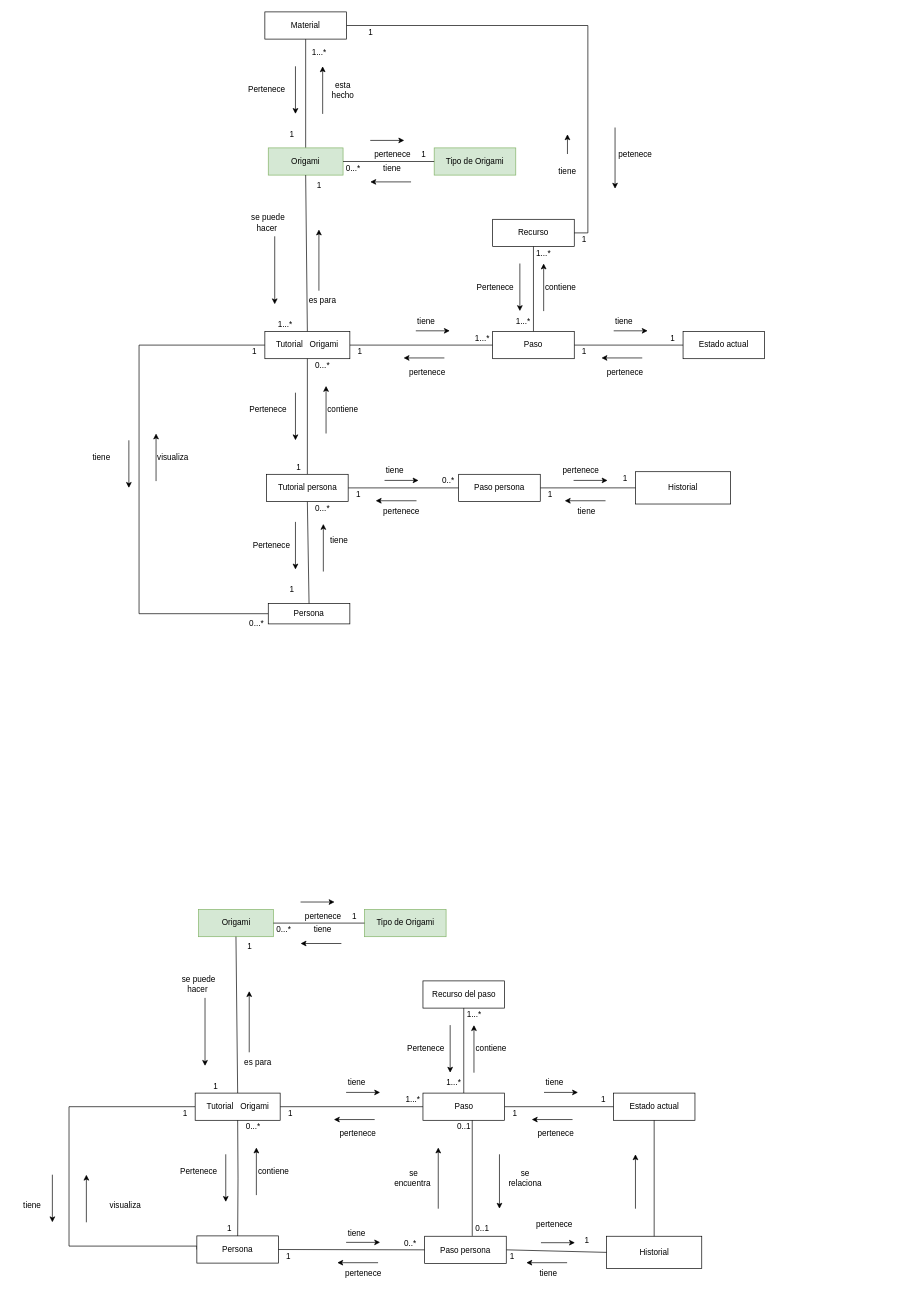
Earlier version of the draw.io diagram ModeloDeDominio3D.drawio (andrescastillo1996/documentacionMundoOrigami). Source tidied: cells renumbered, new cells numbered last; positions are measured from the earlier drawing's top-left corner, leaving out a move shared by most shapes. Both pictures are drawn from the tidied source at 68%, with x=0, y=0 at pixel (11, 12).
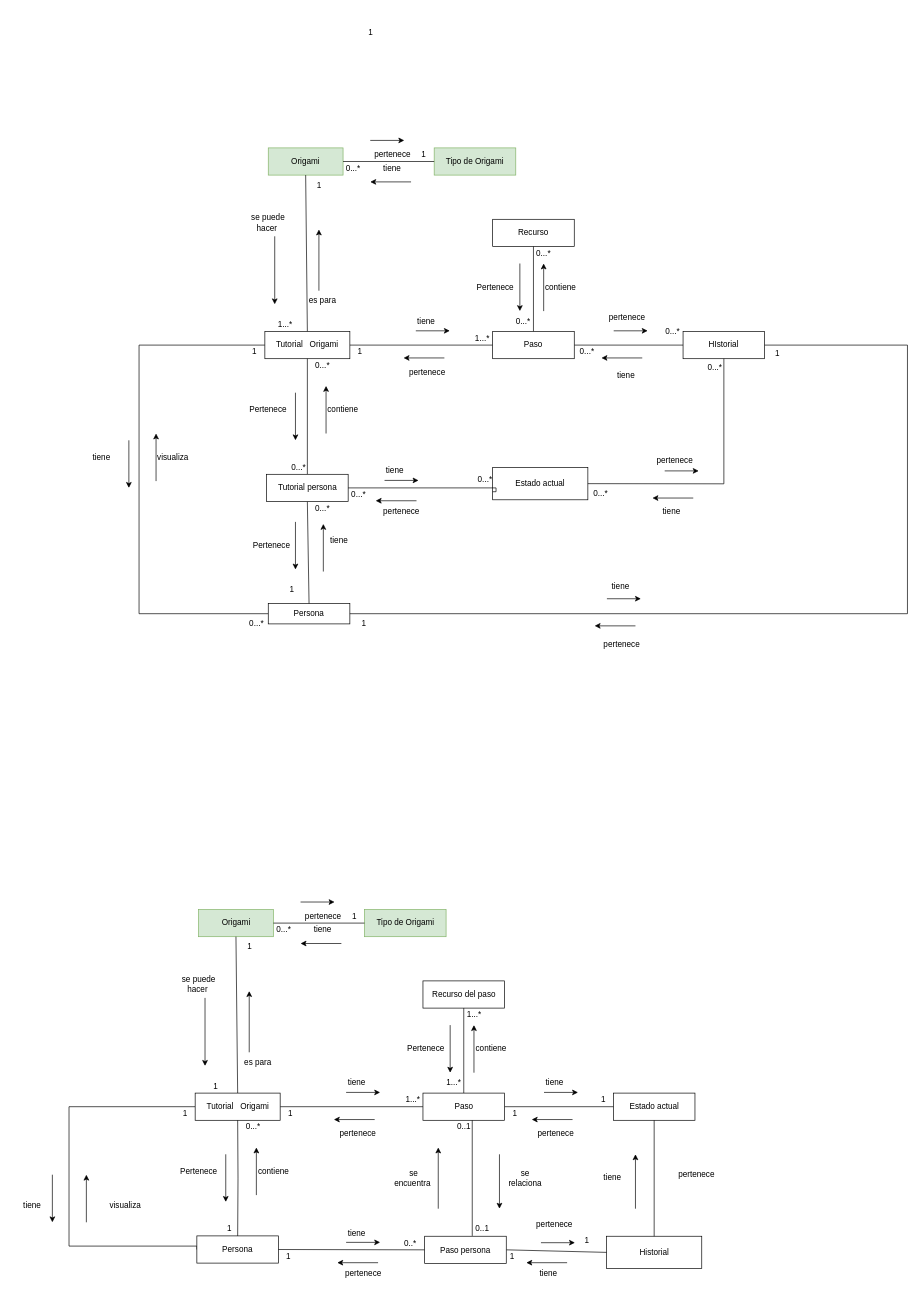
After the change.

The change refers to these unchanged cells:
```xml
<mxCell id="4" value="Origami" style="rounded=0;whiteSpace=wrap;html=1;fillColor=#d5e8d4;strokeColor=#82b366;" parent="1" vertex="1">
  <mxGeometry x="378" y="200" width="110" height="40" as="geometry" />
</mxCell>
<mxCell id="8" value="Persona" style="rounded=0;whiteSpace=wrap;html=1;" parent="1" vertex="1">
  <mxGeometry x="378" y="870" width="120" height="30" as="geometry" />
</mxCell>
<mxCell id="31" value="Recurso" style="rounded=0;whiteSpace=wrap;html=1;" parent="1" vertex="1">
  <mxGeometry x="708" y="305" width="120" height="40" as="geometry" />
</mxCell>
<mxCell id="37" value="Tutorial persona" style="rounded=0;whiteSpace=wrap;html=1;" parent="1" vertex="1">
  <mxGeometry x="375.5" y="680" width="120" height="40" as="geometry" />
</mxCell>
```

Diff of the diagram source:
```diff
@@
-    <mxCell id="3" style="edgeStyle=orthogonalEdgeStyle;rounded=0;jettySize=auto;html=1;exitX=0.5;exitY=0;exitDx=0;exitDy=0;entryX=0.5;entryY=1;entryDx=0;entryDy=0;endArrow=none;endFill=0;" parent="1" edge="1" source="4" target="53">
-      <mxGeometry relative="1" as="geometry" />
-    </mxCell>
@@
-    <mxCell id="5" value="Historial" style="rounded=0;whiteSpace=wrap;html=1;" parent="1" vertex="1">
-      <mxGeometry x="918" y="676.2" width="140" height="47.5" as="geometry" />
+    <mxCell id="5" value="Estado actual" style="rounded=0;whiteSpace=wrap;html=1;" parent="1" vertex="1">
+      <mxGeometry x="708" y="670" width="140" height="47.5" as="geometry" />
     </mxCell>
@@
-    <mxCell id="25" style="endArrow=none;html=1;rounded=0;exitX=1;exitY=0.5;exitDx=0;exitDy=0;entryX=0;entryY=0.5;entryDx=0;entryDy=0;" parent="1" edge="1" source="45" target="5">
-      <mxGeometry relative="1" as="geometry" />
-    </mxCell>
@@
-    <mxCell id="30" value="Estado actual" style="rounded=0;whiteSpace=wrap;html=1;" parent="1" vertex="1">
+    <mxCell id="30" value="HIstorial" style="rounded=0;whiteSpace=wrap;html=1;" parent="1" vertex="1">
       <mxGeometry x="988" y="470" width="120" height="40" as="geometry" />
     </mxCell>
@@
-    <mxCell id="36" style="edgeStyle=orthogonalEdgeStyle;rounded=0;jettySize=auto;html=1;exitX=1;exitY=0.5;exitDx=0;exitDy=0;entryX=0;entryY=0.5;entryDx=0;entryDy=0;endArrow=none;endFill=0;" parent="1" edge="1" source="37" target="45">
-      <mxGeometry relative="1" as="geometry" />
-    </mxCell>
@@
-    <mxCell id="45" value="Paso persona" style="rounded=0;whiteSpace=wrap;html=1;" parent="1" vertex="1">
-      <mxGeometry x="658" y="680" width="120" height="40" as="geometry" />
-    </mxCell>
@@
-    <mxCell id="52" style="edgeStyle=orthogonalEdgeStyle;rounded=0;jettySize=auto;html=1;exitX=1;exitY=0.5;exitDx=0;exitDy=0;entryX=1;entryY=0.5;entryDx=0;entryDy=0;endArrow=none;endFill=0;" parent="1" edge="1" source="53" target="31">
-      <mxGeometry relative="1" as="geometry" />
-    </mxCell>
-    <mxCell id="53" value="Material" style="rounded=0;whiteSpace=wrap;html=1;" parent="1" vertex="1">
-      <mxGeometry x="373" width="120" height="40" as="geometry" />
-    </mxCell>
-    <mxCell id="54" style="endArrow=classic;html=1;rounded=0;" parent="1" edge="1">
-      <mxGeometry relative="1" as="geometry">
-        <mxPoint x="458" y="150" as="sourcePoint" />
-        <mxPoint x="458" y="80" as="targetPoint" />
-      </mxGeometry>
-    </mxCell>
-    <mxCell id="55" value="esta hecho" style="text;html=1;strokeColor=none;fillColor=none;align=center;verticalAlign=middle;whiteSpace=wrap;rounded=0;" parent="1" vertex="1">
-      <mxGeometry x="458" y="100" width="60" height="30" as="geometry" />
-    </mxCell>
-    <mxCell id="56" value="Pertenece" style="text;html=1;strokeColor=none;fillColor=none;align=center;verticalAlign=middle;whiteSpace=wrap;rounded=0;" parent="1" vertex="1">
-      <mxGeometry x="345.5" y="100" width="60" height="30" as="geometry" />
-    </mxCell>
-    <mxCell id="57" style="endArrow=classic;html=1;rounded=0;" parent="1" edge="1">
-      <mxGeometry relative="1" as="geometry">
-        <mxPoint x="418" y="80" as="sourcePoint" />
-        <mxPoint x="418" y="150" as="targetPoint" />
-      </mxGeometry>
-    </mxCell>
-    <mxCell id="58" value="1...*" style="text;html=1;strokeColor=none;fillColor=none;align=center;verticalAlign=middle;whiteSpace=wrap;rounded=0;" parent="1" vertex="1">
-      <mxGeometry x="438" y="50" width="30" height="20" as="geometry" />
-    </mxCell>
-    <mxCell id="59" value="1" style="text;html=1;strokeColor=none;fillColor=none;align=center;verticalAlign=middle;whiteSpace=wrap;rounded=0;" parent="1" vertex="1">
-      <mxGeometry x="398" y="170" width="30" height="20" as="geometry" />
-    </mxCell>
-    <mxCell id="60" style="endArrow=classic;html=1;rounded=0;" parent="1" edge="1">
-      <mxGeometry relative="1" as="geometry">
-        <mxPoint x="818" y="209" as="sourcePoint" />
-        <mxPoint x="818" y="180" as="targetPoint" />
-      </mxGeometry>
-    </mxCell>
-    <mxCell id="61" style="endArrow=classic;html=1;rounded=0;" parent="1" edge="1">
-      <mxGeometry relative="1" as="geometry">
-        <mxPoint x="888" y="170" as="sourcePoint" />
-        <mxPoint x="888" y="260" as="targetPoint" />
-      </mxGeometry>
-    </mxCell>
-    <mxCell id="62" value="petenece" style="text;html=1;strokeColor=none;fillColor=none;align=center;verticalAlign=middle;whiteSpace=wrap;rounded=0;" parent="1" vertex="1">
-      <mxGeometry x="888" y="195" width="60" height="30" as="geometry" />
-    </mxCell>
-    <mxCell id="63" value="tiene" style="text;html=1;strokeColor=none;fillColor=none;align=center;verticalAlign=middle;whiteSpace=wrap;rounded=0;" parent="1" vertex="1">
-      <mxGeometry x="788" y="225" width="60" height="20" as="geometry" />
-    </mxCell>
-    <mxCell id="64" value="1" style="text;html=1;strokeColor=none;fillColor=none;align=center;verticalAlign=middle;whiteSpace=wrap;rounded=0;" parent="1" vertex="1">
-      <mxGeometry x="828" y="325" width="30" height="20" as="geometry" />
-    </mxCell>
@@
     <mxCell id="72" value="tiene&amp;nbsp;" style="text;html=1;strokeColor=none;fillColor=none;align=center;verticalAlign=middle;whiteSpace=wrap;rounded=0;" parent="1" vertex="1">
-      <mxGeometry x="873" y="440" width="60" height="30" as="geometry" />
+      <mxGeometry x="875.5" y="520" width="60" height="30" as="geometry" />
     </mxCell>
     <mxCell id="73" value="pertenece" style="text;html=1;strokeColor=none;fillColor=none;align=center;verticalAlign=middle;whiteSpace=wrap;rounded=0;" parent="1" vertex="1">
-      <mxGeometry x="873" y="520" width="60" height="20" as="geometry" />
+      <mxGeometry x="875.5" y="440" width="60" height="20" as="geometry" />
     </mxCell>
-    <mxCell id="74" value="1" style="text;html=1;strokeColor=none;fillColor=none;align=center;verticalAlign=middle;whiteSpace=wrap;rounded=0;" parent="1" vertex="1">
-      <mxGeometry x="958" y="470" width="30" height="20" as="geometry" />
-    </mxCell>
@@
-    <mxCell id="76" value="1" style="text;html=1;strokeColor=none;fillColor=none;align=center;verticalAlign=middle;whiteSpace=wrap;rounded=0;" parent="1" vertex="1">
-      <mxGeometry x="828" y="490" width="30" height="20" as="geometry" />
-    </mxCell>
@@
-    <mxCell id="82" value="1...*" style="text;html=1;strokeColor=none;fillColor=none;align=center;verticalAlign=middle;whiteSpace=wrap;rounded=0;" parent="1" vertex="1">
+    <mxCell id="82" value="0...*" style="text;html=1;strokeColor=none;fillColor=none;align=center;verticalAlign=middle;whiteSpace=wrap;rounded=0;" parent="1" vertex="1">
       <mxGeometry x="768" y="345" width="30" height="20" as="geometry" />
     </mxCell>
-    <mxCell id="83" value="1...*" style="text;html=1;strokeColor=none;fillColor=none;align=center;verticalAlign=middle;whiteSpace=wrap;rounded=0;" parent="1" vertex="1">
+    <mxCell id="83" value="0...*" style="text;html=1;strokeColor=none;fillColor=none;align=center;verticalAlign=middle;whiteSpace=wrap;rounded=0;" parent="1" vertex="1">
       <mxGeometry x="738" y="445" width="30" height="20" as="geometry" />
     </mxCell>
-    <mxCell id="84" value="1" style="text;html=1;strokeColor=none;fillColor=none;align=center;verticalAlign=middle;whiteSpace=wrap;rounded=0;" parent="1" vertex="1">
+    <mxCell id="84" value="0...*" style="text;html=1;strokeColor=none;fillColor=none;align=center;verticalAlign=middle;whiteSpace=wrap;rounded=0;" parent="1" vertex="1">
       <mxGeometry x="408" y="660" width="30" height="20" as="geometry" />
     </mxCell>
@@
-    <mxCell id="89" style="endArrow=classic;html=1;rounded=0;" parent="1" edge="1">
-      <mxGeometry relative="1" as="geometry">
-        <mxPoint x="827" y="689" as="sourcePoint" />
-        <mxPoint x="877" y="689" as="targetPoint" />
-      </mxGeometry>
-    </mxCell>
-    <mxCell id="90" style="endArrow=classic;html=1;rounded=0;" parent="1" edge="1">
-      <mxGeometry relative="1" as="geometry">
-        <mxPoint x="874" y="718.9" as="sourcePoint" />
-        <mxPoint x="814" y="718.9" as="targetPoint" />
-      </mxGeometry>
-    </mxCell>
-    <mxCell id="91" value="tiene&amp;nbsp;" style="text;html=1;strokeColor=none;fillColor=none;align=center;verticalAlign=middle;whiteSpace=wrap;rounded=0;" parent="1" vertex="1">
-      <mxGeometry x="818" y="720" width="60" height="30" as="geometry" />
-    </mxCell>
-    <mxCell id="92" value="pertenece" style="text;html=1;strokeColor=none;fillColor=none;align=center;verticalAlign=middle;whiteSpace=wrap;rounded=0;" parent="1" vertex="1">
-      <mxGeometry x="808" y="665" width="60" height="20" as="geometry" />
-    </mxCell>
-    <mxCell id="93" value="0..*" style="text;html=1;strokeColor=none;fillColor=none;align=center;verticalAlign=middle;whiteSpace=wrap;rounded=0;" parent="1" vertex="1">
-      <mxGeometry x="628" y="680" width="30" height="20" as="geometry" />
-    </mxCell>
+    <mxCell id="177" style="edgeStyle=orthogonalEdgeStyle;rounded=0;jettySize=auto;html=1;exitX=0;exitY=0;exitDx=0;exitDy=0;entryX=0;entryY=0.75;entryDx=0;entryDy=0;endArrow=none;endFill=0;" parent="1" edge="1" source="94" target="5">
+      <mxGeometry relative="1" as="geometry">
+        <Array as="points">
+          <mxPoint x="713" y="700" />
+        </Array>
+      </mxGeometry>
+    </mxCell>
-    <mxCell id="94" value="1" style="text;html=1;strokeColor=none;fillColor=none;align=center;verticalAlign=middle;whiteSpace=wrap;rounded=0;" parent="1" vertex="1">
+    <mxCell id="94" value="0...*" style="text;html=1;strokeColor=none;fillColor=none;align=center;verticalAlign=middle;whiteSpace=wrap;rounded=0;" parent="1" vertex="1">
       <mxGeometry x="495.5" y="700" width="30" height="20" as="geometry" />
     </mxCell>
-    <mxCell id="95" value="1" style="text;html=1;strokeColor=none;fillColor=none;align=center;verticalAlign=middle;whiteSpace=wrap;rounded=0;" parent="1" vertex="1">
-      <mxGeometry x="888" y="676.2" width="30" height="20" as="geometry" />
+    <mxCell id="95" value="0...*" style="text;html=1;strokeColor=none;fillColor=none;align=center;verticalAlign=middle;whiteSpace=wrap;rounded=0;" parent="1" vertex="1">
+      <mxGeometry x="682" y="680" width="30" height="16.2" as="geometry" />
     </mxCell>
-    <mxCell id="96" value="1" style="text;html=1;strokeColor=none;fillColor=none;align=center;verticalAlign=middle;whiteSpace=wrap;rounded=0;" parent="1" vertex="1">
-      <mxGeometry x="778" y="700" width="30" height="20" as="geometry" />
-    </mxCell>
@@
+    <mxCell id="178" value="tiene&amp;nbsp;" style="text;html=1;strokeColor=none;fillColor=none;align=center;verticalAlign=middle;whiteSpace=wrap;rounded=0;" parent="1" vertex="1">
+      <mxGeometry x="855.5" y="1700" width="60" height="30" as="geometry" />
+    </mxCell>
+    <mxCell id="179" value="pertenece" style="text;html=1;strokeColor=none;fillColor=none;align=center;verticalAlign=middle;whiteSpace=wrap;rounded=0;" parent="1" vertex="1">
+      <mxGeometry x="978" y="1700" width="60" height="20" as="geometry" />
+    </mxCell>
+    <mxCell id="180" value="0...*" style="text;html=1;strokeColor=none;fillColor=none;align=center;verticalAlign=middle;whiteSpace=wrap;rounded=0;" parent="1" vertex="1">
+      <mxGeometry x="958" y="460" width="30" height="20" as="geometry" />
+    </mxCell>
+    <mxCell id="181" value="0...*" style="text;html=1;strokeColor=none;fillColor=none;align=center;verticalAlign=middle;whiteSpace=wrap;rounded=0;" parent="1" vertex="1">
+      <mxGeometry x="831.5" y="490" width="30" height="20" as="geometry" />
+    </mxCell>
+    <mxCell id="182" style="endArrow=none;html=1;rounded=0;exitX=1;exitY=0.5;exitDx=0;exitDy=0;entryX=0.5;entryY=1;entryDx=0;entryDy=0;" parent="1" edge="1" source="5" target="30">
+      <mxGeometry relative="1" as="geometry">
+        <Array as="points">
+          <mxPoint x="1048" y="694" />
+        </Array>
+      </mxGeometry>
+    </mxCell>
+    <mxCell id="183" style="endArrow=classic;html=1;rounded=0;" parent="1" edge="1">
+      <mxGeometry relative="1" as="geometry">
+        <mxPoint x="961" y="675" as="sourcePoint" />
+        <mxPoint x="1011" y="675" as="targetPoint" />
+      </mxGeometry>
+    </mxCell>
+    <mxCell id="184" style="endArrow=classic;html=1;rounded=0;" parent="1" edge="1">
+      <mxGeometry relative="1" as="geometry">
+        <mxPoint x="1003" y="714.9" as="sourcePoint" />
+        <mxPoint x="943" y="714.9" as="targetPoint" />
+      </mxGeometry>
+    </mxCell>
+    <mxCell id="185" value="tiene&amp;nbsp;" style="text;html=1;strokeColor=none;fillColor=none;align=center;verticalAlign=middle;whiteSpace=wrap;rounded=0;" parent="1" vertex="1">
+      <mxGeometry x="943" y="720" width="60" height="30" as="geometry" />
+    </mxCell>
+    <mxCell id="186" value="pertenece" style="text;html=1;strokeColor=none;fillColor=none;align=center;verticalAlign=middle;whiteSpace=wrap;rounded=0;" parent="1" vertex="1">
+      <mxGeometry x="945.5" y="650" width="60" height="20" as="geometry" />
+    </mxCell>
+    <mxCell id="187" value="0...*" style="text;html=1;strokeColor=none;fillColor=none;align=center;verticalAlign=middle;whiteSpace=wrap;rounded=0;" parent="1" vertex="1">
+      <mxGeometry x="852" y="700" width="30" height="16.2" as="geometry" />
+    </mxCell>
+    <mxCell id="188" value="0...*" style="text;html=1;strokeColor=none;fillColor=none;align=center;verticalAlign=middle;whiteSpace=wrap;rounded=0;" parent="1" vertex="1">
+      <mxGeometry x="1020" y="515" width="30" height="16.2" as="geometry" />
+    </mxCell>
+    <mxCell id="189" style="endArrow=none;html=1;rounded=0;entryX=1;entryY=0.5;entryDx=0;entryDy=0;exitX=1;exitY=0.5;exitDx=0;exitDy=0;" parent="1" edge="1" source="8" target="30">
+      <mxGeometry relative="1" as="geometry">
+        <Array as="points">
+          <mxPoint x="1318" y="885" />
+          <mxPoint x="1318" y="490" />
+        </Array>
+      </mxGeometry>
+    </mxCell>
+    <mxCell id="190" style="endArrow=classic;html=1;rounded=0;" parent="1" edge="1">
+      <mxGeometry relative="1" as="geometry">
+        <mxPoint x="876" y="863" as="sourcePoint" />
+        <mxPoint x="926" y="863" as="targetPoint" />
+      </mxGeometry>
+    </mxCell>
+    <mxCell id="191" style="endArrow=classic;html=1;rounded=0;" parent="1" edge="1">
+      <mxGeometry relative="1" as="geometry">
+        <mxPoint x="918" y="902.9" as="sourcePoint" />
+        <mxPoint x="858" y="902.9" as="targetPoint" />
+      </mxGeometry>
+    </mxCell>
+    <mxCell id="192" value="tiene&amp;nbsp;" style="text;html=1;strokeColor=none;fillColor=none;align=center;verticalAlign=middle;whiteSpace=wrap;rounded=0;" parent="1" vertex="1">
+      <mxGeometry x="868" y="830" width="60" height="30" as="geometry" />
+    </mxCell>
+    <mxCell id="193" value="pertenece" style="text;html=1;strokeColor=none;fillColor=none;align=center;verticalAlign=middle;whiteSpace=wrap;rounded=0;" parent="1" vertex="1">
+      <mxGeometry x="868" y="920" width="60" height="20" as="geometry" />
+    </mxCell>
+    <mxCell id="194" value="1" style="text;html=1;strokeColor=none;fillColor=none;align=center;verticalAlign=middle;whiteSpace=wrap;rounded=0;" parent="1" vertex="1">
+      <mxGeometry x="504" y="889" width="30" height="20" as="geometry" />
+    </mxCell>
+    <mxCell id="195" value="1" style="text;html=1;strokeColor=none;fillColor=none;align=center;verticalAlign=middle;whiteSpace=wrap;rounded=0;" parent="1" vertex="1">
+      <mxGeometry x="1112" y="493" width="30" height="20" as="geometry" />
+    </mxCell>
```
